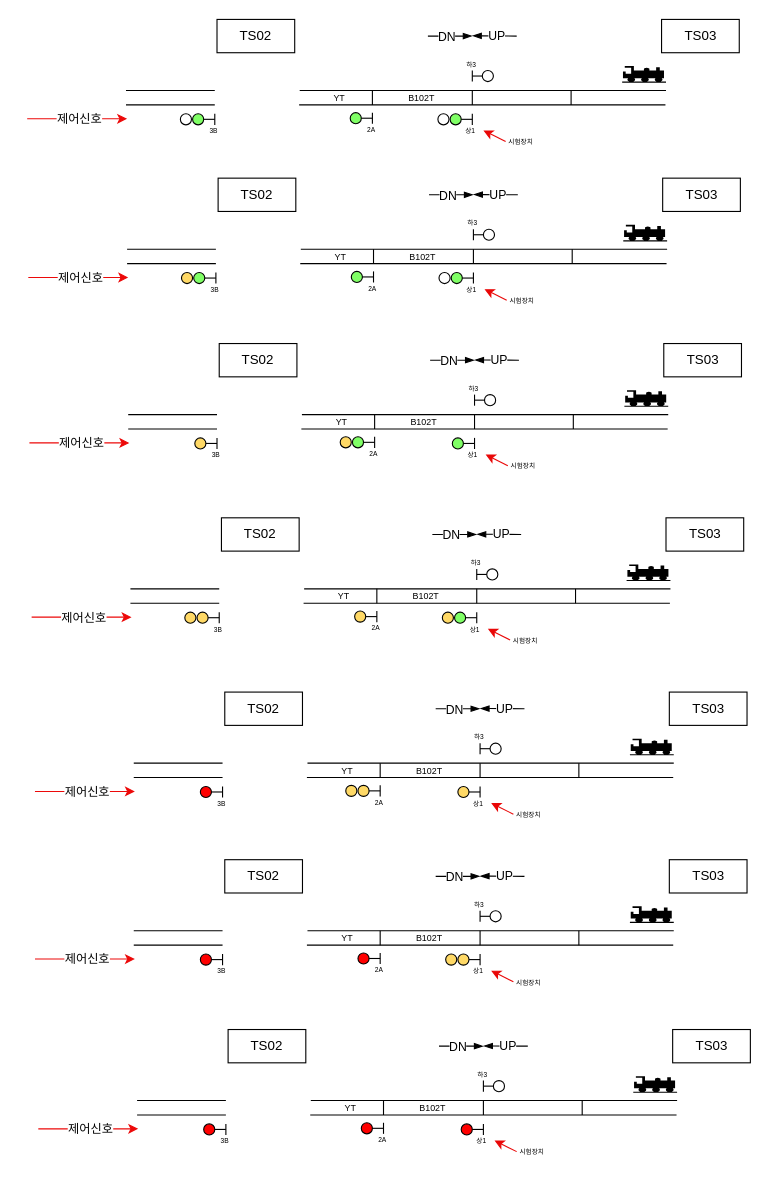
Above: EABS/Tasks/신호흐름 템플릿.drawio in chillin2/MyDraw.io (draw.io), before the change. Source tidied: cells renumbered, new cells numbered last; positions are measured from the earlier drawing's top-left corner, leaving out a move shared by most shapes. Both pictures are drawn from the tidied source at 111%, with x=0, y=0 at pixel (27, 19).
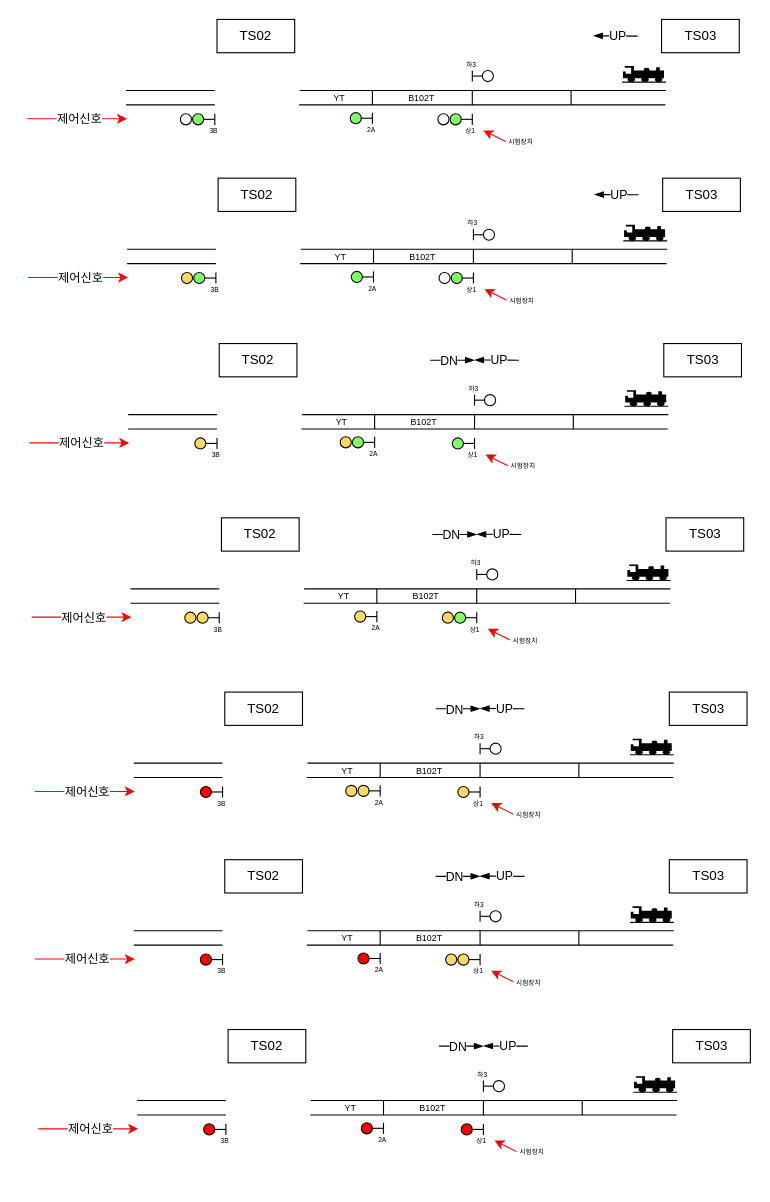
Above is the later version.

Commit message (it also covers changes not shown here):
신호흐름 템플릿.drawio 업데이트

What changed in the source:
```diff
@@
     <mxCell id="21" style="endArrow=blockThin;html=1;rounded=0;endFill=1;" parent="1" edge="1">
       <mxGeometry relative="1" as="geometry">
-        <mxPoint x="441" y="15" as="sourcePoint" />
-        <mxPoint x="401" y="14.8" as="targetPoint" />
+        <mxPoint x="550" y="15" as="sourcePoint" />
+        <mxPoint x="510" y="14.8" as="targetPoint" />
       </mxGeometry>
     </mxCell>
@@
-    <mxCell id="23" style="endArrow=blockThin;html=1;rounded=0;endFill=1;" parent="1" edge="1">
-      <mxGeometry relative="1" as="geometry">
-        <mxPoint x="361" y="15" as="sourcePoint" />
-        <mxPoint x="401" y="15" as="targetPoint" />
-      </mxGeometry>
-    </mxCell>
-    <mxCell id="24" value="DN" style="edgeLabel;html=1;align=center;verticalAlign=middle;" parent="23" vertex="1">
-      <mxGeometry x="-0.12" y="1" relative="1" as="geometry">
-        <mxPoint x="-2" y="1" as="offset" />
-      </mxGeometry>
-    </mxCell>
@@
     <mxCell id="59" style="endArrow=blockThin;html=1;rounded=0;endFill=1;" parent="1" edge="1">
       <mxGeometry relative="1" as="geometry">
-        <mxPoint x="442" y="158" as="sourcePoint" />
-        <mxPoint x="402" y="157.8" as="targetPoint" />
+        <mxPoint x="551" y="158" as="sourcePoint" />
+        <mxPoint x="511" y="157.8" as="targetPoint" />
       </mxGeometry>
     </mxCell>
@@
-    <mxCell id="61" style="endArrow=blockThin;html=1;rounded=0;endFill=1;" parent="1" edge="1">
-      <mxGeometry relative="1" as="geometry">
-        <mxPoint x="362" y="158" as="sourcePoint" />
-        <mxPoint x="402" y="158" as="targetPoint" />
-      </mxGeometry>
-    </mxCell>
-    <mxCell id="62" value="DN" style="edgeLabel;html=1;align=center;verticalAlign=middle;" parent="61" vertex="1">
-      <mxGeometry x="-0.12" y="1" relative="1" as="geometry">
-        <mxPoint x="-2" y="1" as="offset" />
-      </mxGeometry>
-    </mxCell>
```
